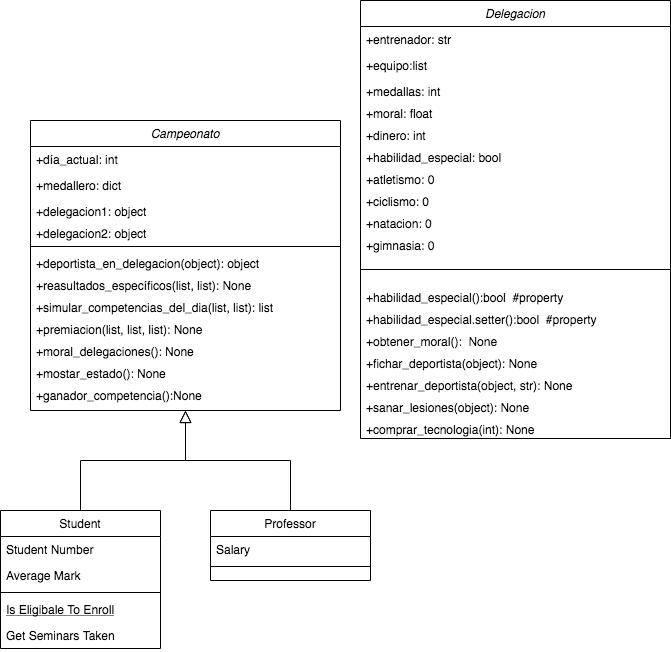
Before: Untitled Diagram.png, a diagram exported from draw.io (nicolaszanni/Programaci-n1). Source tidied: cells renumbered, new cells last; positions are measured from the earlier drawing's top-left corner, leaving out a move shared by most shapes.
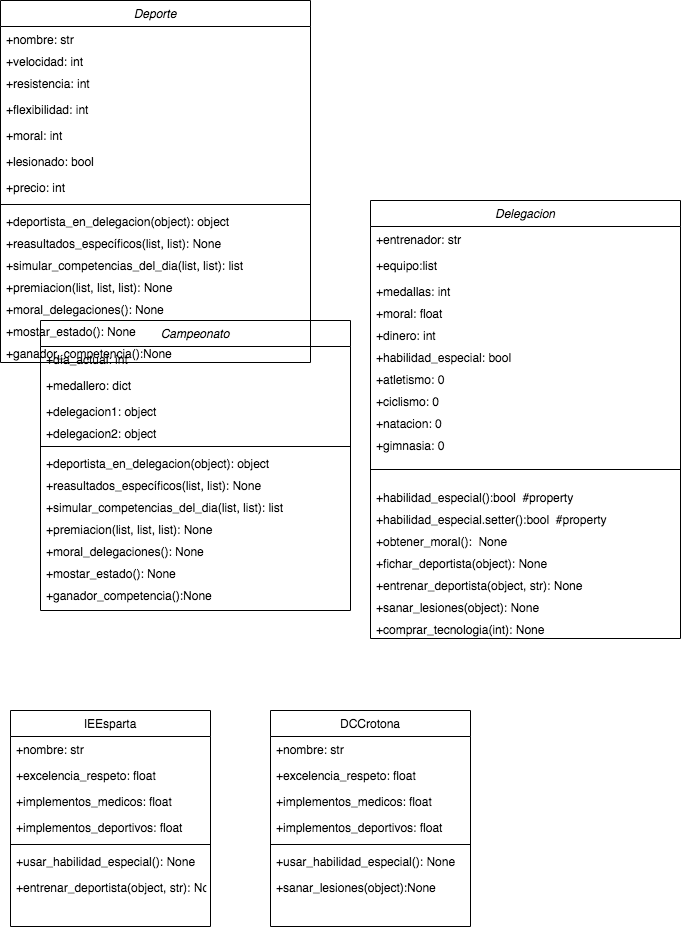
After the commit.

What changed in the source:
```diff
@@ -2,39 +2,30 @@
   <root>
     <mxCell id="0" />
     <mxCell id="1" parent="0" />
-    <mxCell id="2" value="Student" style="swimlane;fontStyle=0;align=center;verticalAlign=top;horizontal=1;startSize=26;rounded=0;shadow=0;strokeWidth=1;" parent="1" vertex="1">
-      <mxGeometry y="510" width="160" height="138" as="geometry" />
+    <mxCell id="2" value="IEEsparta" style="swimlane;fontStyle=0;align=center;verticalAlign=top;horizontal=1;startSize=26;rounded=0;shadow=0;strokeWidth=1;" parent="1" vertex="1">
+      <mxGeometry y="510" width="200" height="216" as="geometry" />
     </mxCell>
-    <mxCell id="3" value="Student Number" style="text;align=left;verticalAlign=top;spacingLeft=4;spacingRight=4;overflow=hidden;" parent="2" vertex="1">
-      <mxGeometry y="26" width="160" height="26" as="geometry" />
+    <mxCell id="3" value="+nombre: str" style="text;align=left;verticalAlign=top;spacingLeft=4;spacingRight=4;overflow=hidden;" parent="2" vertex="1">
+      <mxGeometry y="26" width="200" height="26" as="geometry" />
     </mxCell>
-    <mxCell id="4" value="Average Mark" style="text;align=left;verticalAlign=top;spacingLeft=4;spacingRight=4;overflow=hidden;rounded=0;shadow=0;html=0;" parent="2" vertex="1">
-      <mxGeometry y="52" width="160" height="26" as="geometry" />
+    <mxCell id="4" value="+excelencia_respeto: float" style="text;align=left;verticalAlign=top;spacingLeft=4;spacingRight=4;overflow=hidden;rounded=0;shadow=0;html=0;" parent="2" vertex="1">
+      <mxGeometry y="52" width="200" height="26" as="geometry" />
     </mxCell>
+    <mxCell id="45" value="+implementos_medicos: float" style="text;align=left;verticalAlign=top;spacingLeft=4;spacingRight=4;overflow=hidden;rounded=0;shadow=0;html=0;" parent="2" vertex="1">
+      <mxGeometry y="78" width="200" height="26" as="geometry" />
+    </mxCell>
+    <mxCell id="46" value="+implementos_deportivos: float" style="text;align=left;verticalAlign=top;spacingLeft=4;spacingRight=4;overflow=hidden;rounded=0;shadow=0;html=0;" parent="2" vertex="1">
+      <mxGeometry y="104" width="200" height="26" as="geometry" />
+    </mxCell>
     <mxCell id="5" style="line;html=1;strokeWidth=1;align=left;verticalAlign=middle;spacingTop=-1;spacingLeft=3;spacingRight=3;labelPosition=right;" parent="2" vertex="1">
-      <mxGeometry y="78" width="160" height="8" as="geometry" />
+      <mxGeometry y="130" width="200" height="8" as="geometry" />
     </mxCell>
-    <mxCell id="6" value="Is Eligibale To Enroll" style="text;align=left;verticalAlign=top;spacingLeft=4;spacingRight=4;overflow=hidden;fontStyle=4;" parent="2" vertex="1">
-      <mxGeometry y="86" width="160" height="26" as="geometry" />
-    </mxCell>
-    <mxCell id="7" value="Get Seminars Taken" style="text;align=left;verticalAlign=top;spacingLeft=4;spacingRight=4;overflow=hidden;" parent="2" vertex="1">
-      <mxGeometry y="112" width="160" height="26" as="geometry" />
+    <mxCell id="7" value="+usar_habilidad_especial(): None" style="text;align=left;verticalAlign=top;spacingLeft=4;spacingRight=4;overflow=hidden;" parent="2" vertex="1">
+      <mxGeometry y="138" width="200" height="26" as="geometry" />
     </mxCell>
-    <mxCell id="8" style="endArrow=block;endSize=10;endFill=0;shadow=0;strokeWidth=1;rounded=0;edgeStyle=elbowEdgeStyle;elbow=vertical;" parent="1" edge="1" source="2" target="13">
-      <mxGeometry relative="1" as="geometry" />
-    </mxCell>
-    <mxCell id="9" value="Professor" style="swimlane;fontStyle=0;align=center;verticalAlign=top;horizontal=1;startSize=26;rounded=0;shadow=0;strokeWidth=1;" parent="1" vertex="1">
-      <mxGeometry x="210" y="510" width="160" height="70" as="geometry" />
-    </mxCell>
-    <mxCell id="10" value="Salary" style="text;align=left;verticalAlign=top;spacingLeft=4;spacingRight=4;overflow=hidden;" parent="9" vertex="1">
-      <mxGeometry y="26" width="160" height="26" as="geometry" />
-    </mxCell>
-    <mxCell id="11" style="line;html=1;strokeWidth=1;align=left;verticalAlign=middle;spacingTop=-1;spacingLeft=3;spacingRight=3;labelPosition=right;" parent="9" vertex="1">
-      <mxGeometry y="52" width="160" height="8" as="geometry" />
-    </mxCell>
-    <mxCell id="12" style="endArrow=block;endSize=10;endFill=0;shadow=0;strokeWidth=1;rounded=0;edgeStyle=elbowEdgeStyle;elbow=vertical;" parent="1" edge="1" source="9" target="13">
-      <mxGeometry relative="1" as="geometry" />
-    </mxCell>
+    <mxCell id="47" value="+entrenar_deportista(object, str): None" style="text;align=left;verticalAlign=top;spacingLeft=4;spacingRight=4;overflow=hidden;" parent="2" vertex="1">
+      <mxGeometry y="164" width="200" height="26" as="geometry" />
+    </mxCell>
     <mxCell id="13" value="Campeonato" style="swimlane;fontStyle=2;align=center;verticalAlign=top;horizontal=1;startSize=26;rounded=0;shadow=0;strokeWidth=1;" parent="1" vertex="1">
       <mxGeometry x="30" y="120" width="310" height="290" as="geometry" />
     </mxCell>
@@ -131,5 +122,77 @@
     <mxCell id="44" value="+comprar_tecnologia(int): None" style="text;align=left;verticalAlign=top;spacingLeft=4;spacingRight=4;overflow=hidden;" parent="26" vertex="1">
       <mxGeometry y="416" width="310" height="22" as="geometry" />
     </mxCell>
+    <mxCell id="48" value="DCCrotona" style="swimlane;fontStyle=0;align=center;verticalAlign=top;horizontal=1;startSize=26;rounded=0;shadow=0;strokeWidth=1;" parent="1" vertex="1">
+      <mxGeometry x="260" y="510" width="200" height="216" as="geometry" />
+    </mxCell>
+    <mxCell id="49" value="+nombre: str" style="text;align=left;verticalAlign=top;spacingLeft=4;spacingRight=4;overflow=hidden;" parent="48" vertex="1">
+      <mxGeometry y="26" width="200" height="26" as="geometry" />
+    </mxCell>
+    <mxCell id="50" value="+excelencia_respeto: float" style="text;align=left;verticalAlign=top;spacingLeft=4;spacingRight=4;overflow=hidden;rounded=0;shadow=0;html=0;" parent="48" vertex="1">
+      <mxGeometry y="52" width="200" height="26" as="geometry" />
+    </mxCell>
+    <mxCell id="51" value="+implementos_medicos: float" style="text;align=left;verticalAlign=top;spacingLeft=4;spacingRight=4;overflow=hidden;rounded=0;shadow=0;html=0;" parent="48" vertex="1">
+      <mxGeometry y="78" width="200" height="26" as="geometry" />
+    </mxCell>
+    <mxCell id="52" value="+implementos_deportivos: float" style="text;align=left;verticalAlign=top;spacingLeft=4;spacingRight=4;overflow=hidden;rounded=0;shadow=0;html=0;" parent="48" vertex="1">
+      <mxGeometry y="104" width="200" height="26" as="geometry" />
+    </mxCell>
+    <mxCell id="53" style="line;html=1;strokeWidth=1;align=left;verticalAlign=middle;spacingTop=-1;spacingLeft=3;spacingRight=3;labelPosition=right;" parent="48" vertex="1">
+      <mxGeometry y="130" width="200" height="8" as="geometry" />
+    </mxCell>
+    <mxCell id="54" value="+usar_habilidad_especial(): None" style="text;align=left;verticalAlign=top;spacingLeft=4;spacingRight=4;overflow=hidden;" parent="48" vertex="1">
+      <mxGeometry y="138" width="200" height="26" as="geometry" />
+    </mxCell>
+    <mxCell id="55" value="+sanar_lesiones(object):None" style="text;align=left;verticalAlign=top;spacingLeft=4;spacingRight=4;overflow=hidden;" parent="48" vertex="1">
+      <mxGeometry y="164" width="200" height="26" as="geometry" />
+    </mxCell>
+    <mxCell id="56" value="Deporte" style="swimlane;fontStyle=2;align=center;verticalAlign=top;horizontal=1;startSize=26;rounded=0;shadow=0;strokeWidth=1;" parent="1" vertex="1">
+      <mxGeometry x="-10" y="-200" width="310" height="362" as="geometry" />
+    </mxCell>
+    <mxCell id="57" value="+nombre: str" style="text;align=left;verticalAlign=top;spacingLeft=4;spacingRight=4;overflow=hidden;" parent="56" vertex="1">
+      <mxGeometry y="26" width="310" height="22" as="geometry" />
+    </mxCell>
+    <mxCell id="58" value="+velocidad: int" style="text;align=left;verticalAlign=top;spacingLeft=4;spacingRight=4;overflow=hidden;" parent="56" vertex="1">
+      <mxGeometry y="48" width="310" height="22" as="geometry" />
+    </mxCell>
+    <mxCell id="59" value="+resistencia: int" style="text;align=left;verticalAlign=top;spacingLeft=4;spacingRight=4;overflow=hidden;rounded=0;shadow=0;html=0;" parent="56" vertex="1">
+      <mxGeometry y="70" width="310" height="26" as="geometry" />
+    </mxCell>
+    <mxCell id="60" value="+flexibilidad: int" style="text;align=left;verticalAlign=top;spacingLeft=4;spacingRight=4;overflow=hidden;" parent="56" vertex="1">
+      <mxGeometry y="96" width="310" height="26" as="geometry" />
+    </mxCell>
+    <mxCell id="61" value="+moral: int" style="text;align=left;verticalAlign=top;spacingLeft=4;spacingRight=4;overflow=hidden;" parent="56" vertex="1">
+      <mxGeometry y="122" width="310" height="26" as="geometry" />
+    </mxCell>
+    <mxCell id="62" value="+lesionado: bool" style="text;align=left;verticalAlign=top;spacingLeft=4;spacingRight=4;overflow=hidden;" parent="56" vertex="1">
+      <mxGeometry y="148" width="310" height="26" as="geometry" />
+    </mxCell>
+    <mxCell id="63" value="+precio: int" style="text;align=left;verticalAlign=top;spacingLeft=4;spacingRight=4;overflow=hidden;" parent="56" vertex="1">
+      <mxGeometry y="174" width="310" height="26" as="geometry" />
+    </mxCell>
+    <mxCell id="64" style="line;html=1;strokeWidth=1;align=left;verticalAlign=middle;spacingTop=-1;spacingLeft=3;spacingRight=3;labelPosition=right;" parent="56" vertex="1">
+      <mxGeometry y="200" width="310" height="8" as="geometry" />
+    </mxCell>
+    <mxCell id="65" value="+deportista_en_delegacion(object): object" style="text;align=left;verticalAlign=top;spacingLeft=4;spacingRight=4;overflow=hidden;" parent="56" vertex="1">
+      <mxGeometry y="208" width="310" height="22" as="geometry" />
+    </mxCell>
+    <mxCell id="66" value="+reasultados_específicos(list, list): None" style="text;align=left;verticalAlign=top;spacingLeft=4;spacingRight=4;overflow=hidden;" parent="56" vertex="1">
+      <mxGeometry y="230" width="310" height="22" as="geometry" />
+    </mxCell>
+    <mxCell id="67" value="+simular_competencias_del_dia(list, list): list" style="text;align=left;verticalAlign=top;spacingLeft=4;spacingRight=4;overflow=hidden;" parent="56" vertex="1">
+      <mxGeometry y="252" width="310" height="22" as="geometry" />
+    </mxCell>
+    <mxCell id="68" value="+premiacion(list, list, list): None" style="text;align=left;verticalAlign=top;spacingLeft=4;spacingRight=4;overflow=hidden;" parent="56" vertex="1">
+      <mxGeometry y="274" width="310" height="22" as="geometry" />
+    </mxCell>
+    <mxCell id="69" value="+moral_delegaciones(): None&#10;" style="text;align=left;verticalAlign=top;spacingLeft=4;spacingRight=4;overflow=hidden;" parent="56" vertex="1">
+      <mxGeometry y="296" width="310" height="22" as="geometry" />
+    </mxCell>
+    <mxCell id="70" value="+mostar_estado(): None&#10;" style="text;align=left;verticalAlign=top;spacingLeft=4;spacingRight=4;overflow=hidden;" parent="56" vertex="1">
+      <mxGeometry y="318" width="310" height="22" as="geometry" />
+    </mxCell>
+    <mxCell id="71" value="+ganador_competencia():None" style="text;align=left;verticalAlign=top;spacingLeft=4;spacingRight=4;overflow=hidden;" parent="56" vertex="1">
+      <mxGeometry y="340" width="310" height="22" as="geometry" />
+    </mxCell>
   </root>
 </mxGraphModel>
```
